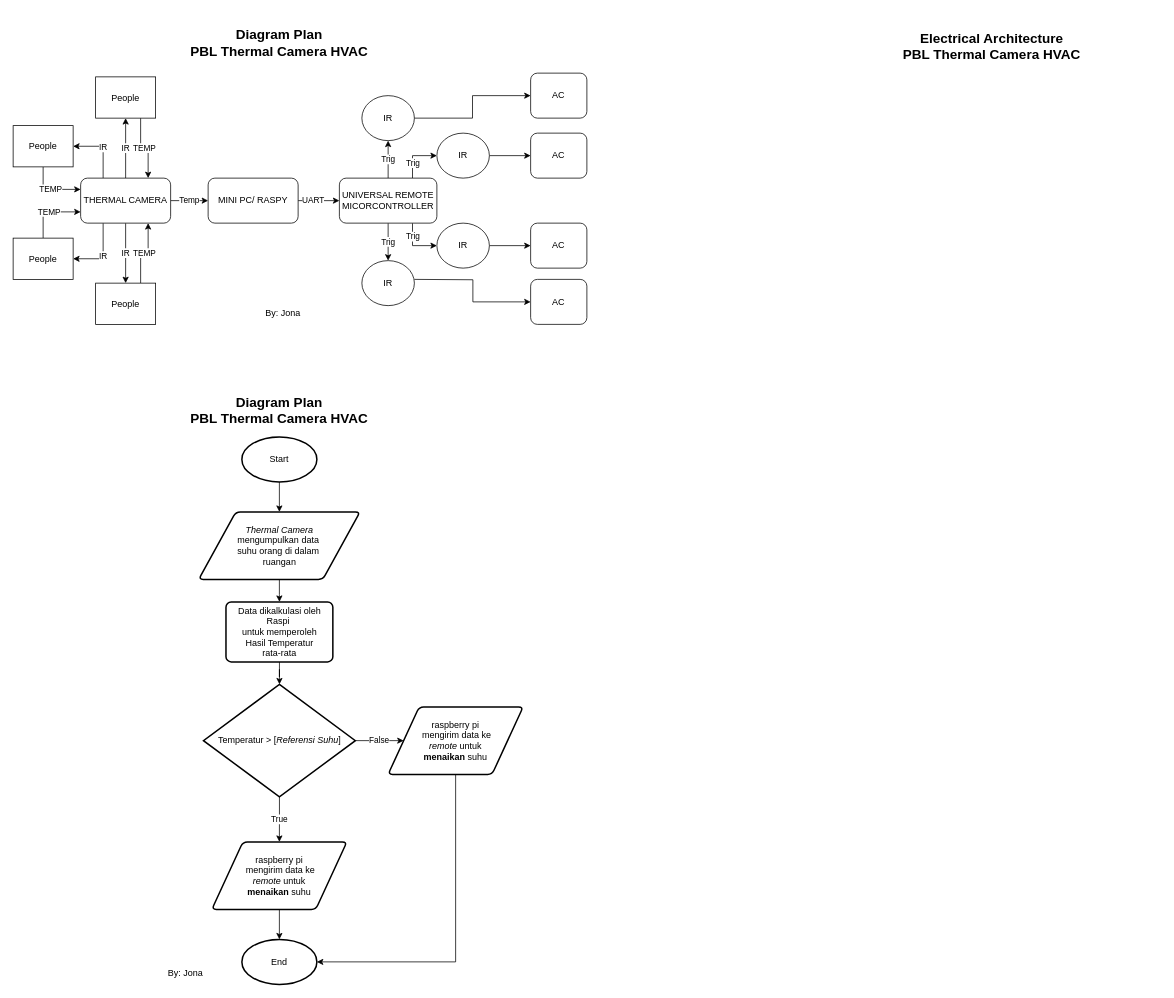
This is roadmap/roadmap.drawio from robotjaol/thermal_cam_HVAC, a draw.io file, before an edit. Source tidied: cells renumbered, new cells numbered last; positions are measured from the earlier drawing's top-left corner, leaving out a move shared by most shapes. Both pictures are drawn from the tidied source at 75%, with x=0, y=0 at pixel (13, 13).
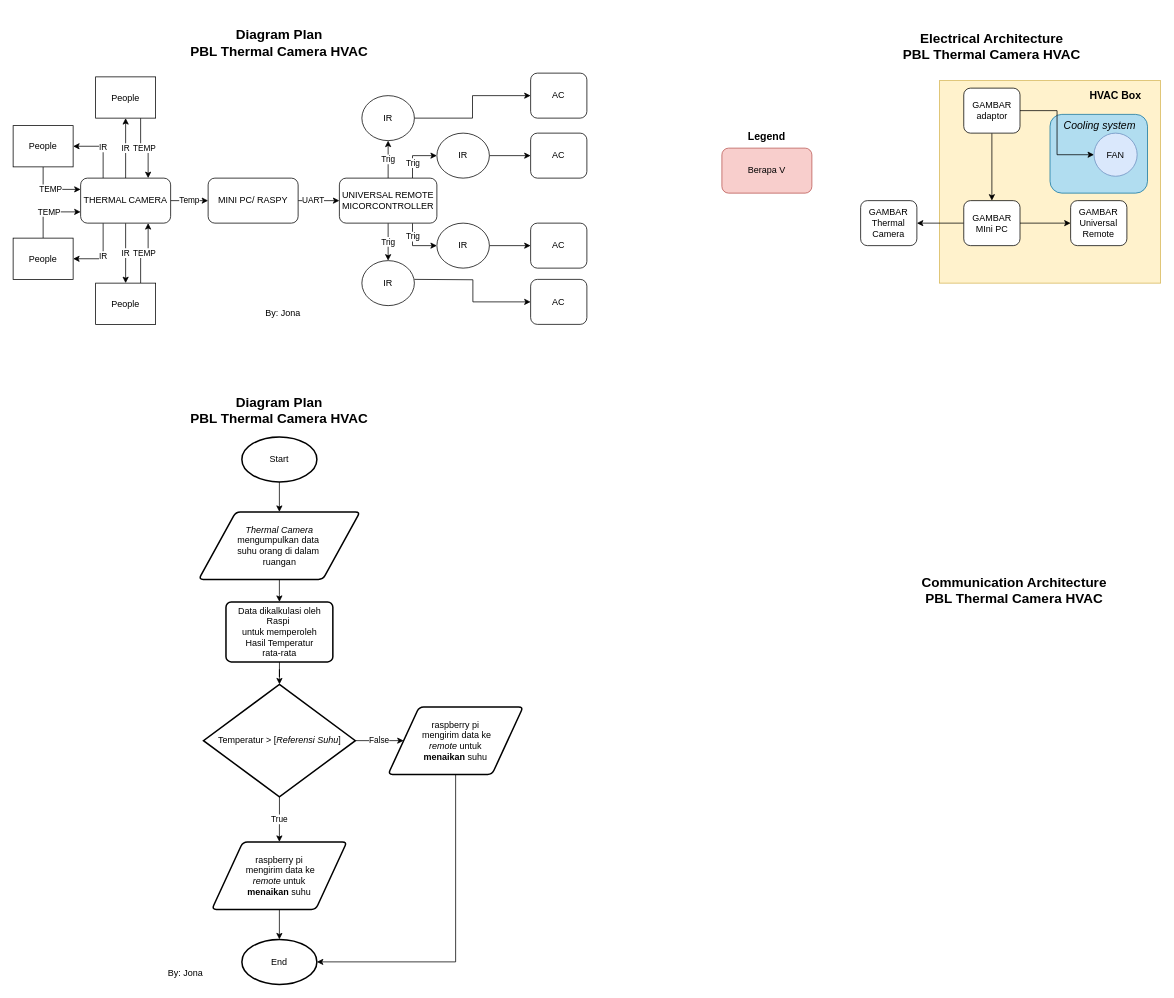
The same diagram, later.

The edit, as a diff of the source:
```diff
@@
+    <mxCell id="54" style="rounded=0;whiteSpace=wrap;html=1;fillColor=#fff2cc;strokeColor=#d6b656;" parent="1" vertex="1">
+      <mxGeometry x="1235" y="90" width="295" height="270" as="geometry" />
+    </mxCell>
+    <mxCell id="55" style="rounded=1;whiteSpace=wrap;html=1;fillColor=#b1ddf0;strokeColor=#10739e;" parent="1" vertex="1">
+      <mxGeometry x="1382.5" y="135" width="130" height="105" as="geometry" />
+    </mxCell>
@@
+    <mxCell id="56" style="edgeStyle=orthogonalEdgeStyle;rounded=0;jettySize=auto;html=1;" parent="1" edge="1" source="58" target="61">
+      <mxGeometry relative="1" as="geometry" />
+    </mxCell>
+    <mxCell id="57" style="edgeStyle=orthogonalEdgeStyle;rounded=0;jettySize=auto;html=1;" parent="1" edge="1" source="58" target="68">
+      <mxGeometry relative="1" as="geometry" />
+    </mxCell>
+    <mxCell id="58" value="GAMBAR&lt;div&gt;adaptor&lt;/div&gt;" style="rounded=1;whiteSpace=wrap;html=1;" parent="1" vertex="1">
+      <mxGeometry x="1267.5" y="100" width="75" height="60" as="geometry" />
+    </mxCell>
+    <mxCell id="59" style="edgeStyle=orthogonalEdgeStyle;rounded=0;jettySize=auto;html=1;" parent="1" edge="1" source="61" target="62">
+      <mxGeometry relative="1" as="geometry" />
+    </mxCell>
+    <mxCell id="60" style="edgeStyle=orthogonalEdgeStyle;rounded=0;jettySize=auto;html=1;" parent="1" edge="1" source="61" target="63">
+      <mxGeometry relative="1" as="geometry" />
+    </mxCell>
+    <mxCell id="61" value="GAMBAR&lt;div&gt;MIni PC&lt;/div&gt;" style="rounded=1;whiteSpace=wrap;html=1;" parent="1" vertex="1">
+      <mxGeometry x="1267.5" y="250" width="75" height="60" as="geometry" />
+    </mxCell>
+    <mxCell id="62" value="GAMBAR&lt;div&gt;Thermal Camera&lt;/div&gt;" style="rounded=1;whiteSpace=wrap;html=1;" parent="1" vertex="1">
+      <mxGeometry x="1130" y="250" width="75" height="60" as="geometry" />
+    </mxCell>
+    <mxCell id="63" value="GAMBAR&lt;div&gt;Universal Remote&lt;/div&gt;" style="rounded=1;whiteSpace=wrap;html=1;" parent="1" vertex="1">
+      <mxGeometry x="1410" y="250" width="75" height="60" as="geometry" />
+    </mxCell>
+    <mxCell id="64" value="&lt;div&gt;&lt;span style=&quot;font-size: 18px;&quot;&gt;&lt;b&gt;Communication Architecture&lt;/b&gt;&lt;/span&gt;&lt;/div&gt;&lt;b&gt;&lt;font style=&quot;font-size: 18px;&quot;&gt;PBL Thermal Camera HVAC&lt;/font&gt;&lt;/b&gt;" style="text;html=1;align=center;verticalAlign=middle;whiteSpace=wrap;rounded=0;" parent="1" vertex="1">
+      <mxGeometry x="1210" y="730" width="250" height="80" as="geometry" />
+    </mxCell>
+    <mxCell id="65" value="&lt;b&gt;&lt;font style=&quot;font-size: 14px;&quot;&gt;Legend&lt;/font&gt;&lt;/b&gt;" style="text;html=1;align=center;verticalAlign=middle;whiteSpace=wrap;rounded=0;" parent="1" vertex="1">
+      <mxGeometry x="940" y="150" width="130" height="30" as="geometry" />
+    </mxCell>
+    <mxCell id="66" value="Berapa V" style="rounded=1;whiteSpace=wrap;html=1;fillColor=#f8cecc;strokeColor=#b85450;" parent="1" vertex="1">
+      <mxGeometry x="945" y="180" width="120" height="60" as="geometry" />
+    </mxCell>
+    <mxCell id="67" value="&lt;b&gt;&lt;font style=&quot;font-size: 14px;&quot;&gt;HVAC Box&lt;/font&gt;&lt;/b&gt;" style="text;html=1;align=center;verticalAlign=middle;whiteSpace=wrap;rounded=0;" parent="1" vertex="1">
+      <mxGeometry x="1420" y="95" width="100" height="30" as="geometry" />
+    </mxCell>
+    <mxCell id="68" value="FAN" style="ellipse;whiteSpace=wrap;html=1;fillColor=#dae8fc;strokeColor=#6c8ebf;" parent="1" vertex="1">
+      <mxGeometry x="1441.2" y="160" width="57.5" height="57.5" as="geometry" />
+    </mxCell>
+    <mxCell id="69" value="&lt;font style=&quot;font-size: 14px;&quot;&gt;&lt;i&gt;Cooling system&lt;/i&gt;&lt;/font&gt;" style="text;html=1;align=center;verticalAlign=middle;whiteSpace=wrap;rounded=0;" parent="1" vertex="1">
+      <mxGeometry x="1398.8" y="135" width="100" height="30" as="geometry" />
+    </mxCell>
```
